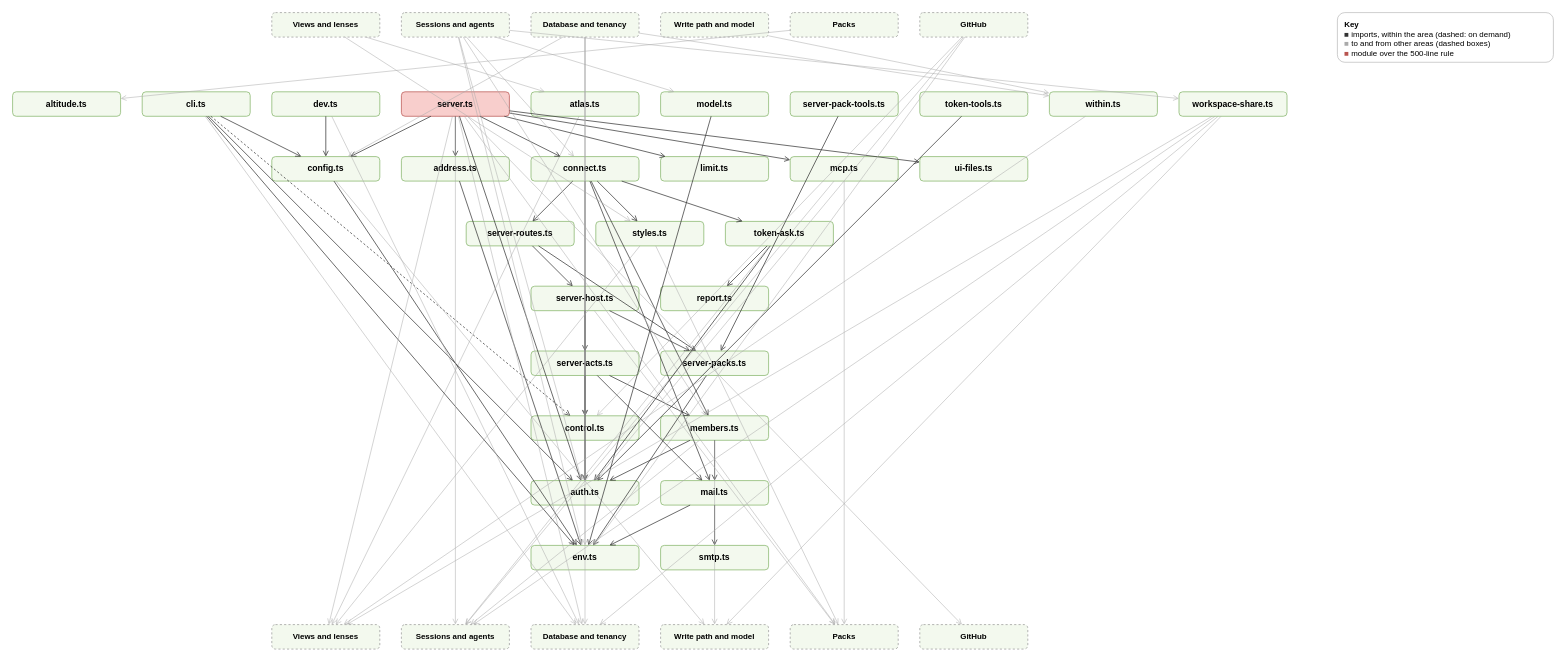
Above: page "Server: Server and surfaces" (6 of 19) of docs/diagrams/modules.drawio in AlexReiner98/archipelago (draw.io), before the change. Source tidied: cells renumbered, new cells numbered last; positions are measured from the earlier drawing's top-left corner, leaving out a move shared by most shapes. Both pictures are drawn from the tidied source at 72%, with x=0, y=0 at pixel (12, 12).
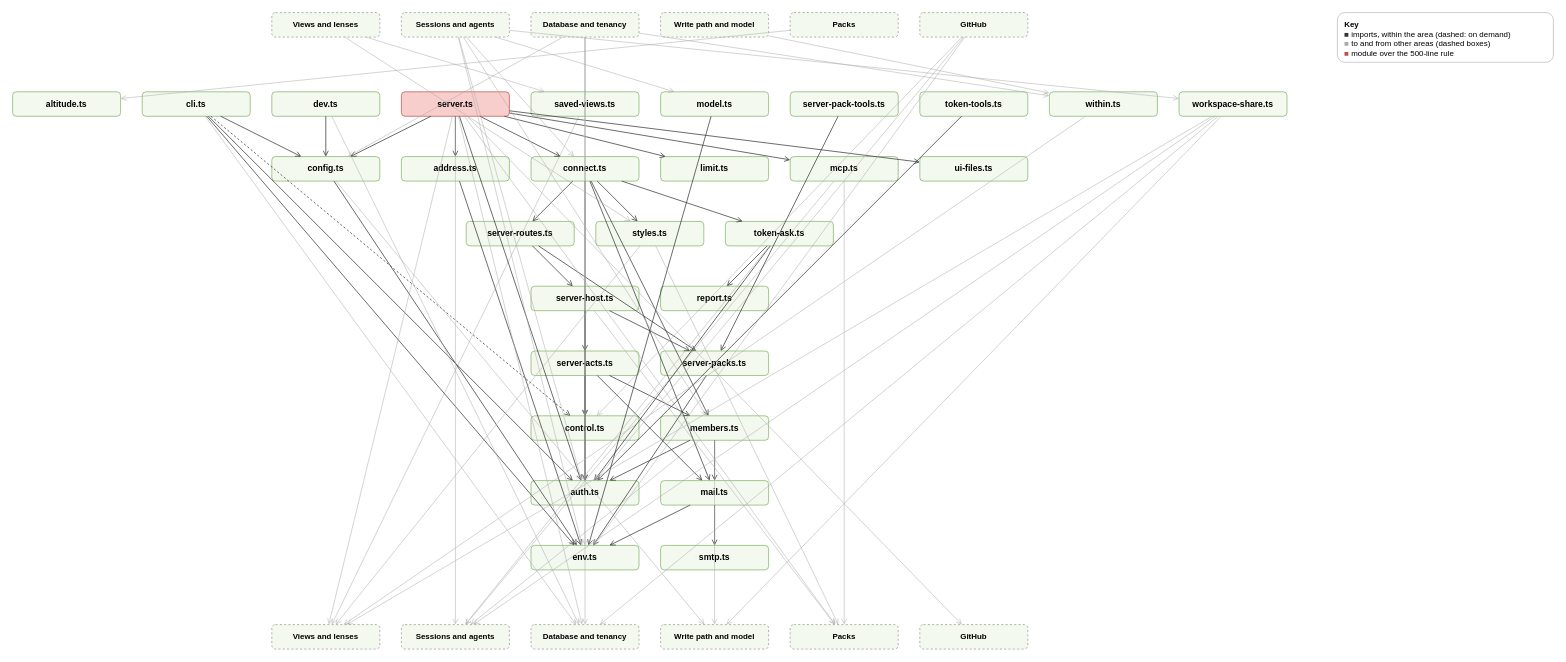
After the change.

The change refers to these unchanged cells:
```xml
<mxCell id="2" value="&lt;b&gt;Views and lenses&lt;/b&gt;" style="rounded=1;html=1;whiteSpace=wrap;dashed=1;fontSize=11;fillColor=#f3f9ee;strokeColor=#999999;" parent="1" vertex="1">
  <mxGeometry x="360" width="150" height="34" as="geometry" />
</mxCell>
<mxCell id="37" value="&lt;b&gt;Views and lenses&lt;/b&gt;" style="rounded=1;html=1;whiteSpace=wrap;dashed=1;fontSize=11;fillColor=#f3f9ee;strokeColor=#999999;" parent="1" vertex="1">
  <mxGeometry x="360" y="850" width="150" height="34" as="geometry" />
</mxCell>
```

Diff of the diagram source:
```diff
@@
-    <mxCell id="12" value="atlas.ts" style="rounded=1;html=1;whiteSpace=wrap;fontSize=12;fontStyle=1;fillColor=#f3f9ee;strokeColor=#82b366;" parent="1" vertex="1">
-      <mxGeometry x="720" y="110" width="150" height="34" as="geometry" />
-    </mxCell>
+    <mxCell id="124" value="saved-views.ts" style="rounded=1;html=1;whiteSpace=wrap;fontSize=12;fontStyle=1;fillColor=#f3f9ee;strokeColor=#82b366;" parent="1" vertex="1">
+      <mxGeometry x="720" y="110" width="150" height="34" as="geometry" />
+    </mxCell>
@@
-    <mxCell id="45" style="html=1;endArrow=open;strokeColor=#aaaaaa;dashed=0;opacity=70;" parent="1" edge="1" source="12" target="37">
-      <mxGeometry relative="1" as="geometry" />
-    </mxCell>
+    <mxCell id="125" style="html=1;endArrow=open;strokeColor=#aaaaaa;dashed=0;opacity=70;" parent="1" edge="1" source="124" target="37">
+      <mxGeometry relative="1" as="geometry" />
+    </mxCell>
@@
-    <mxCell id="106" style="html=1;endArrow=open;strokeColor=#aaaaaa;dashed=0;opacity=70;" parent="1" edge="1" source="2" target="12">
-      <mxGeometry relative="1" as="geometry" />
-    </mxCell>
+    <mxCell id="126" style="html=1;endArrow=open;strokeColor=#aaaaaa;dashed=0;opacity=70;" parent="1" edge="1" source="2" target="124">
+      <mxGeometry relative="1" as="geometry" />
+    </mxCell>
```
